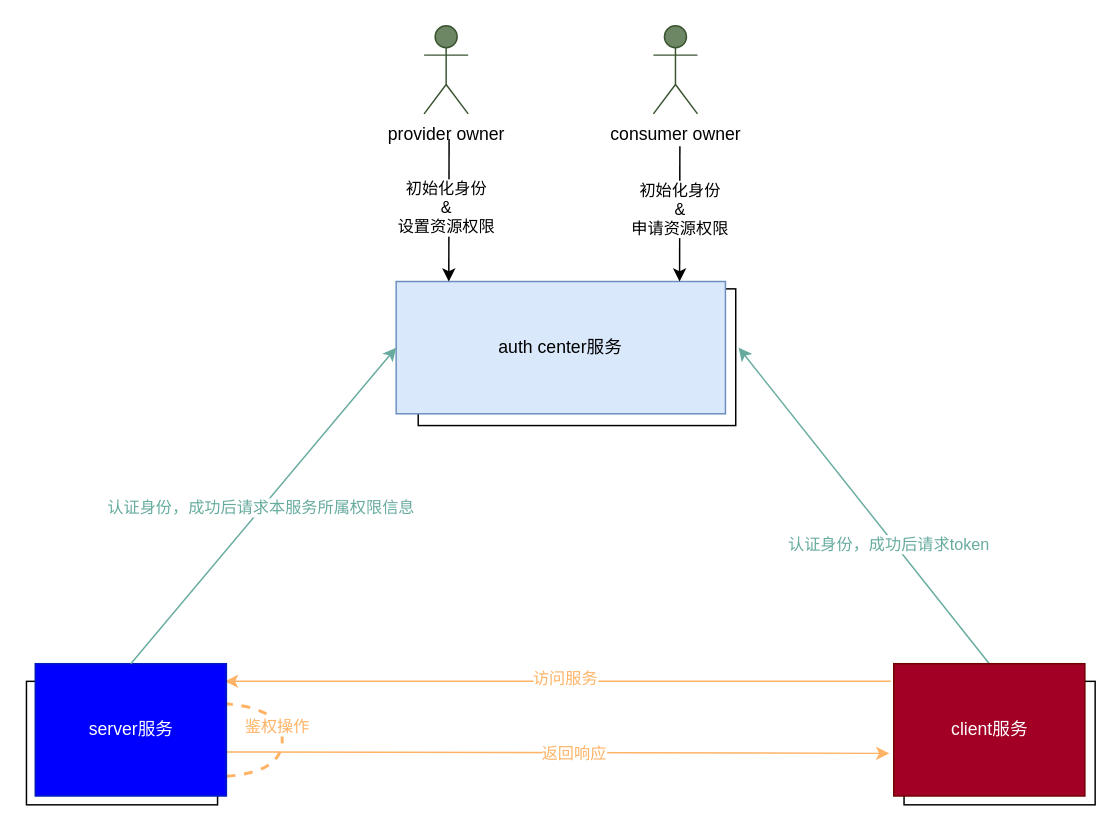
The draw.io diagram 鉴权中心一期.drawio in gitcodeporter/draw-uml, before the edit. Source tidied: cells renumbered, new cells numbered last; positions are measured from the earlier drawing's top-left corner, leaving out a move shared by most shapes. Both pictures are drawn from the tidied source at 147%, with x=0, y=0 at pixel (25, 25).
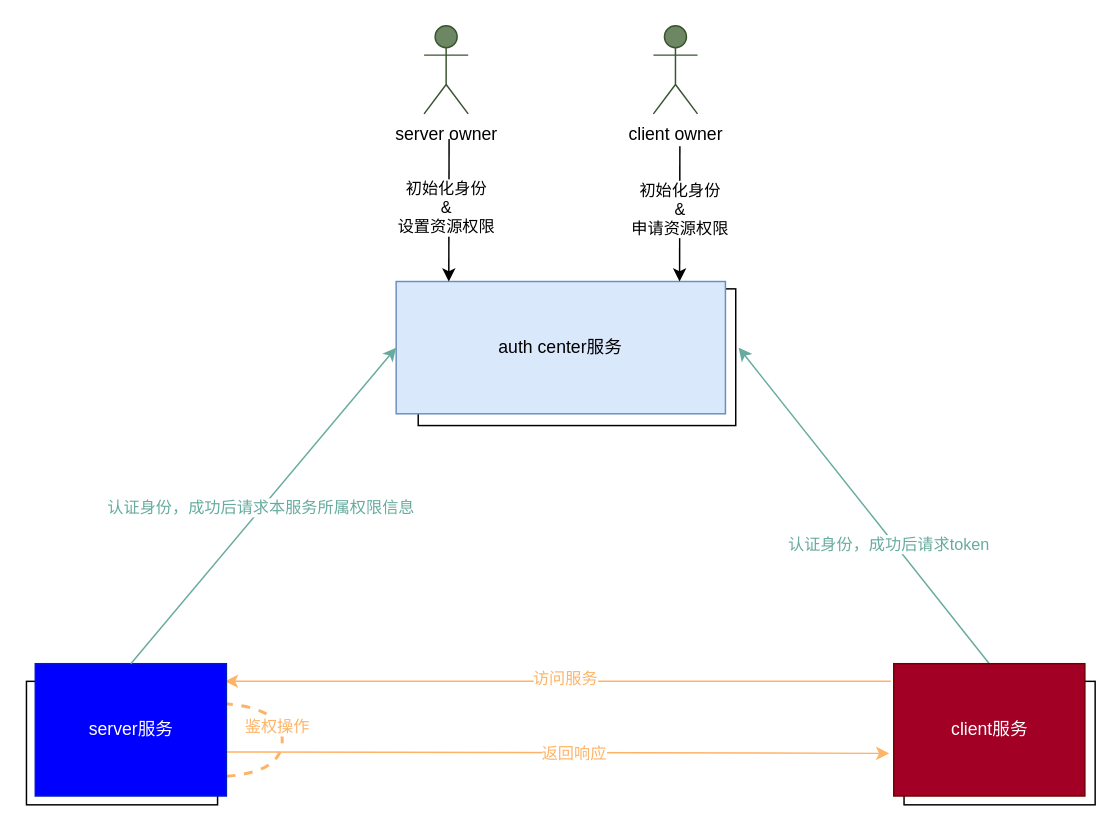
The same page after the edit.

Commit message:
更新鉴权中心一期.drawio

What changed in the source:
```diff
@@
-    <mxCell id="18" value="&lt;font color=&quot;#000000&quot;&gt;provider owner&lt;/font&gt;" style="shape=umlActor;verticalLabelPosition=bottom;verticalAlign=top;html=1;fillColor=#6d8764;strokeColor=#3A5431;fontColor=#ffffff;" parent="1" vertex="1">
+    <mxCell id="18" value="&lt;font color=&quot;#000000&quot;&gt;server owner&lt;/font&gt;" style="shape=umlActor;verticalLabelPosition=bottom;verticalAlign=top;html=1;fillColor=#6d8764;strokeColor=#3A5431;fontColor=#ffffff;" parent="1" vertex="1">
       <mxGeometry x="271" width="30" height="60" as="geometry" />
     </mxCell>
@@
-    <mxCell id="21" value="&lt;font color=&quot;#000000&quot;&gt;consumer owner&lt;/font&gt;" style="shape=umlActor;verticalLabelPosition=bottom;verticalAlign=top;html=1;fillColor=#6d8764;strokeColor=#3A5431;fontColor=#ffffff;" parent="1" vertex="1">
+    <mxCell id="21" value="&lt;font color=&quot;#000000&quot;&gt;client owner&lt;/font&gt;" style="shape=umlActor;verticalLabelPosition=bottom;verticalAlign=top;html=1;fillColor=#6d8764;strokeColor=#3A5431;fontColor=#ffffff;" parent="1" vertex="1">
       <mxGeometry x="427" width="30" height="60" as="geometry" />
     </mxCell>
```
